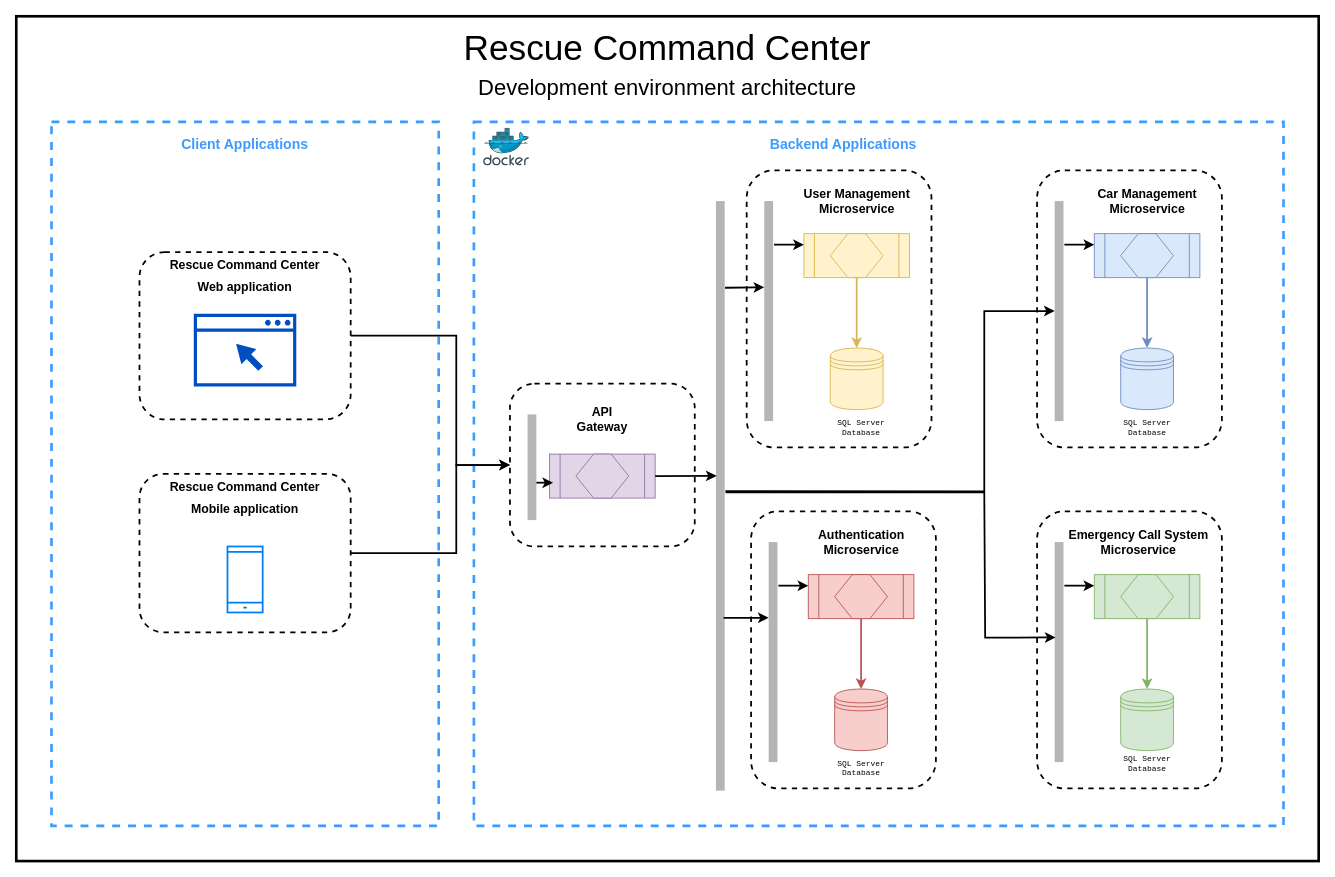
This is Documentation/Images/01_Architecture/Rescue Command Center.drawio from zlehman1/rescue-command-center, a draw.io file, before an edit. Source tidied: cells renumbered, new cells numbered last; positions are measured from the earlier drawing's top-left corner, leaving out a move shared by most shapes. Both pictures are drawn from the tidied source at 88%, with x=0, y=0 at pixel (16, 16). Pictures stored in the file or linked from it are replaced by grey dashed boxes.
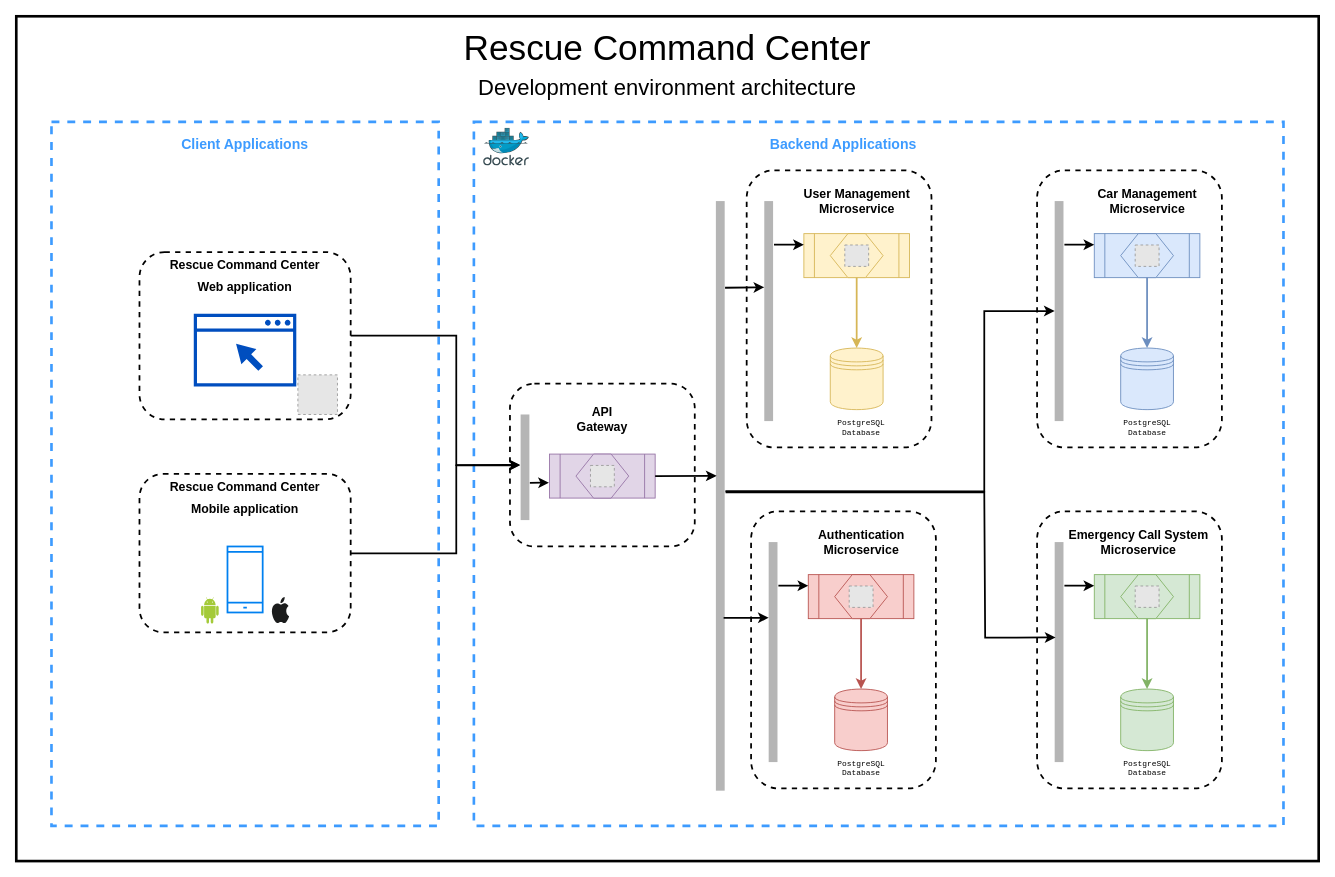
The same diagram, later.

Unchanged cells that the change refers to:
```xml
<mxCell id="8" style="rounded=1;whiteSpace=wrap;html=1;fillColor=none;strokeWidth=2;dashed=1;" parent="1" vertex="1">
  <mxGeometry x="561" y="417.5" width="210" height="185" as="geometry" />
</mxCell>
<mxCell id="9" style="rounded=1;whiteSpace=wrap;html=1;fillColor=none;strokeWidth=2;dashed=1;" parent="1" vertex="1">
  <mxGeometry x="140" y="268" width="240" height="190" as="geometry" />
</mxCell>
<mxCell id="14" style="rounded=1;whiteSpace=wrap;html=1;fillColor=none;strokeWidth=2;dashed=1;" parent="1" vertex="1">
  <mxGeometry x="140" y="520" width="240" height="180" as="geometry" />
</mxCell>
<mxCell id="17" style="shape=process;whiteSpace=wrap;html=1;backgroundOutline=1;fillColor=#e1d5e7;strokeColor=#9673a6;" parent="1" vertex="1">
  <mxGeometry x="606" y="497.5" width="120" height="50" as="geometry" />
</mxCell>
```

Diff of the diagram source:
```diff
@@
     <mxCell id="19" style="rounded=0;whiteSpace=wrap;html=1;fillColor=#B5B5B5;strokeColor=none;" parent="1" vertex="1">
-      <mxGeometry x="581" y="452.5" width="10" height="120" as="geometry" />
+      <mxGeometry x="573.1" y="452.5" width="10" height="120" as="geometry" />
     </mxCell>
-    <mxCell id="20" style="endArrow=classic;html=1;rounded=0;strokeWidth=2;exitX=1;exitY=0.5;exitDx=0;exitDy=0;entryX=0;entryY=0.5;entryDx=0;entryDy=0;" parent="1" edge="1" source="9" target="8">
+    <mxCell id="20" style="endArrow=classic;html=1;rounded=0;strokeWidth=2;exitX=1;exitY=0.5;exitDx=0;exitDy=0;entryX=-0.083;entryY=0.477;entryDx=0;entryDy=0;entryPerimeter=0;" parent="1" edge="1" source="9" target="19">
       <mxGeometry relative="1" as="geometry">
         <Array as="points">
           <mxPoint x="500" y="363" />
           <mxPoint x="500" y="510" />
         </Array>
       </mxGeometry>
     </mxCell>
@@
-    <mxCell id="39" style="endArrow=classic;html=1;rounded=0;strokeWidth=2;exitX=1;exitY=0.5;exitDx=0;exitDy=0;entryX=0;entryY=0.5;entryDx=0;entryDy=0;" parent="1" edge="1" source="14" target="8">
+    <mxCell id="39" style="endArrow=classic;html=1;rounded=0;strokeWidth=2;exitX=1;exitY=0.5;exitDx=0;exitDy=0;entryX=-0.06;entryY=0.481;entryDx=0;entryDy=0;entryPerimeter=0;" parent="1" edge="1" target="19">
       <mxGeometry relative="1" as="geometry">
+        <mxPoint x="380" y="610.4" as="sourcePoint" />
         <Array as="points">
-          <mxPoint x="500" y="610" />
-          <mxPoint x="500" y="510" />
+          <mxPoint x="500" y="610.4" />
+          <mxPoint x="500" y="510.4" />
+          <mxPoint x="530" y="510.4" />
         </Array>
       </mxGeometry>
     </mxCell>
@@
-    <mxCell id="49" value="&lt;font style=&quot;font-size: 9px;&quot;&gt;SQL Server&lt;br style=&quot;font-size: 9px;&quot;&gt;Database&lt;/font&gt;" style="text;html=1;align=center;verticalAlign=middle;whiteSpace=wrap;rounded=0;fontStyle=0;fontSize=9;fontFamily=Courier New;" parent="1" vertex="1">
-      <mxGeometry x="1242.8" y="837.5" width="84.5" height="25" as="geometry" />
-    </mxCell>
-    <mxCell id="50" value="&lt;font style=&quot;font-size: 9px;&quot;&gt;SQL Server&lt;br style=&quot;font-size: 9px;&quot;&gt;Database&lt;/font&gt;" style="text;html=1;align=center;verticalAlign=middle;whiteSpace=wrap;rounded=0;fontStyle=0;fontSize=9;fontFamily=Courier New;" parent="1" vertex="1">
-      <mxGeometry x="1242.8" y="455" width="84.5" height="25" as="geometry" />
-    </mxCell>
-    <mxCell id="51" value="&lt;font style=&quot;font-size: 9px;&quot;&gt;SQL Server&lt;br style=&quot;font-size: 9px;&quot;&gt;Database&lt;/font&gt;" style="text;html=1;align=center;verticalAlign=middle;whiteSpace=wrap;rounded=0;fontStyle=0;fontSize=9;fontFamily=Courier New;" parent="1" vertex="1">
+    <mxCell id="51" value="&lt;font style=&quot;font-size: 9px;&quot;&gt;PostgreSQL&lt;br style=&quot;font-size: 9px;&quot;&gt;Database&lt;/font&gt;" style="text;html=1;align=center;verticalAlign=middle;whiteSpace=wrap;rounded=0;fontStyle=0;fontSize=9;fontFamily=Courier New;" parent="1" vertex="1">
       <mxGeometry x="917.8" y="455" width="84.5" height="25" as="geometry" />
     </mxCell>
@@
-    <mxCell id="62" value="&lt;font style=&quot;font-size: 9px;&quot;&gt;SQL Server&lt;br style=&quot;font-size: 9px;&quot;&gt;Database&lt;/font&gt;" style="text;html=1;align=center;verticalAlign=middle;whiteSpace=wrap;rounded=0;fontStyle=0;fontSize=9;fontFamily=Courier New;" parent="1" vertex="1">
-      <mxGeometry x="917.8" y="842.5" width="84.5" height="25" as="geometry" />
-    </mxCell>
@@
-    <mxCell id="67" style="endArrow=classic;html=1;rounded=0;strokeWidth=2;exitX=1.046;exitY=0.147;exitDx=0;exitDy=0;exitPerimeter=0;" parent="1" edge="1">
-      <mxGeometry relative="1" as="geometry">
-        <mxPoint x="591" y="530" as="sourcePoint" />
-        <mxPoint x="610" y="530" as="targetPoint" />
-      </mxGeometry>
+    <mxCell id="67" style="endArrow=classic;html=1;rounded=0;strokeWidth=2;exitX=1.054;exitY=0.648;exitDx=0;exitDy=0;exitPerimeter=0;entryX=-0.006;entryY=0.649;entryDx=0;entryDy=0;entryPerimeter=0;" parent="1" edge="1" source="19" target="17">
+      <mxGeometry relative="1" as="geometry" />
     </mxCell>
+    <mxCell id="68" value="&lt;font style=&quot;font-size: 9px;&quot;&gt;PostgreSQL&lt;br style=&quot;font-size: 9px;&quot;&gt;Database&lt;/font&gt;" style="text;html=1;align=center;verticalAlign=middle;whiteSpace=wrap;rounded=0;fontStyle=0;fontSize=9;fontFamily=Courier New;" parent="1" vertex="1">
+      <mxGeometry x="1242.8" y="455" width="84.5" height="25" as="geometry" />
+    </mxCell>
+    <mxCell id="69" value="&lt;font style=&quot;font-size: 9px;&quot;&gt;PostgreSQL&lt;br style=&quot;font-size: 9px;&quot;&gt;Database&lt;/font&gt;" style="text;html=1;align=center;verticalAlign=middle;whiteSpace=wrap;rounded=0;fontStyle=0;fontSize=9;fontFamily=Courier New;" parent="1" vertex="1">
+      <mxGeometry x="917.8" y="842" width="84.5" height="25" as="geometry" />
+    </mxCell>
+    <mxCell id="70" value="&lt;font style=&quot;font-size: 9px;&quot;&gt;PostgreSQL&lt;br style=&quot;font-size: 9px;&quot;&gt;Database&lt;/font&gt;" style="text;html=1;align=center;verticalAlign=middle;whiteSpace=wrap;rounded=0;fontStyle=0;fontSize=9;fontFamily=Courier New;" parent="1" vertex="1">
+      <mxGeometry x="1242.8" y="842" width="84.5" height="25" as="geometry" />
+    </mxCell>
+    <mxCell id="71" style="dashed=0;html=1;align=center;labelPosition=center;verticalLabelPosition=bottom;verticalAlign=top;shape=mxgraph.weblogos.android;fillColor=#A4CA39;strokeColor=none;" parent="1" vertex="1">
+      <mxGeometry x="210" y="660" width="20" height="30" as="geometry" />
+    </mxCell>
+    <mxCell id="72" style="dashed=0;html=1;align=center;labelPosition=center;verticalLabelPosition=bottom;verticalAlign=top;shape=mxgraph.weblogos.apple;fillColor=#1B1C1C;strokeColor=none;" parent="1" vertex="1">
+      <mxGeometry x="290" y="660" width="20" height="30" as="geometry" />
+    </mxCell>
+    <mxCell id="73" style="fillColor=#E6E6E6;strokeColor=#999999;dashed=1;verticalLabelPosition=bottom;labelBackgroundColor=default;verticalAlign=top;" parent="1" vertex="1">
+      <mxGeometry x="652.5" y="510.4" width="27.1" height="24.3" as="geometry" />
+    </mxCell>
+    <mxCell id="74" style="fillColor=#E6E6E6;strokeColor=#999999;dashed=1;verticalLabelPosition=bottom;labelBackgroundColor=default;verticalAlign=top;" parent="1" vertex="1">
+      <mxGeometry x="946.5" y="647.4" width="27.1" height="24.3" as="geometry" />
+    </mxCell>
+    <mxCell id="75" style="fillColor=#E6E6E6;strokeColor=#999999;dashed=1;verticalLabelPosition=bottom;labelBackgroundColor=default;verticalAlign=top;" parent="1" vertex="1">
+      <mxGeometry x="1271.5" y="647.4" width="27.1" height="24.3" as="geometry" />
+    </mxCell>
+    <mxCell id="76" style="fillColor=#E6E6E6;strokeColor=#999999;dashed=1;verticalLabelPosition=bottom;labelBackgroundColor=default;verticalAlign=top;" parent="1" vertex="1">
+      <mxGeometry x="941.5" y="259.9" width="27.1" height="24.3" as="geometry" />
+    </mxCell>
+    <mxCell id="77" style="fillColor=#E6E6E6;strokeColor=#999999;dashed=1;verticalLabelPosition=bottom;labelBackgroundColor=default;verticalAlign=top;" parent="1" vertex="1">
+      <mxGeometry x="1271.5" y="259.9" width="27.1" height="24.3" as="geometry" />
+    </mxCell>
+    <mxCell id="78" style="fillColor=#E6E6E6;strokeColor=#999999;dashed=1;verticalLabelPosition=bottom;labelBackgroundColor=default;verticalAlign=top;" parent="1" vertex="1">
+      <mxGeometry x="320" y="407.5" width="45" height="45" as="geometry" />
+    </mxCell>
```
